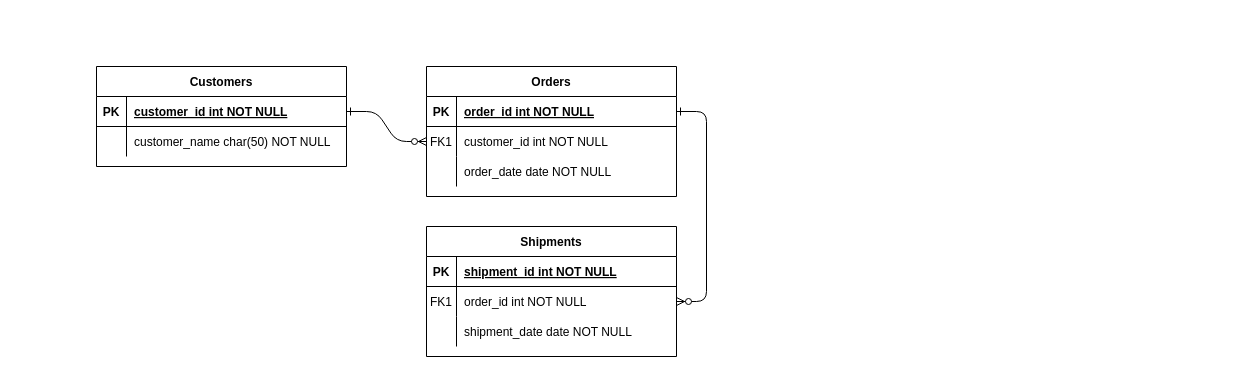
Above: Diagrama sin título.drawio in Eduardo-ship-rig/HOLA-_MUNDO (draw.io), before the change. Source tidied: cells renumbered, new cells numbered last; positions are measured from the earlier drawing's top-left corner, leaving out a move shared by most shapes. Both pictures are drawn from the tidied source at 100%, with x=0, y=0 at pixel (96, 66).
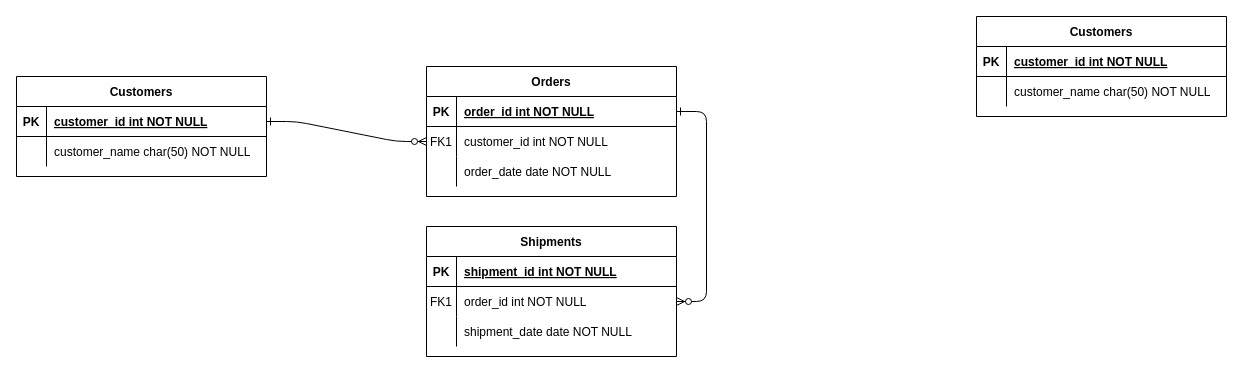
Above is the later version.

What changed in the source:
```diff
@@
     <mxCell id="24" value="Customers" style="shape=table;startSize=30;childLayout=tableLayout;rowLines=0;fontStyle=1;align=center;" parent="1" vertex="1">
-      <mxGeometry width="250" height="100" as="geometry" />
+      <mxGeometry x="-80" y="10" width="250" height="100" as="geometry" />
     </mxCell>
@@
+    <mxCell id="31" value="Customers" style="shape=table;startSize=30;childLayout=tableLayout;rowLines=0;fontStyle=1;align=center;" parent="1" vertex="1">
+      <mxGeometry x="880" y="-50" width="250" height="100" as="geometry" />
+    </mxCell>
+    <mxCell id="32" style="shape=partialRectangle;fillColor=none;top=0;left=0;right=0;bottom=1;" parent="31" vertex="1">
+      <mxGeometry y="30" width="250" height="30" as="geometry" />
+    </mxCell>
+    <mxCell id="33" value="PK" style="shape=partialRectangle;overflow=hidden;fillColor=none;top=0;left=0;bottom=0;right=0;fontStyle=1;" parent="32" vertex="1">
+      <mxGeometry width="30" height="30" as="geometry" />
+    </mxCell>
+    <mxCell id="34" value="customer_id int NOT NULL " style="shape=partialRectangle;overflow=hidden;fillColor=none;top=0;left=0;bottom=0;right=0;align=left;spacingLeft=6;fontStyle=5;" parent="32" vertex="1">
+      <mxGeometry x="30" width="220" height="30" as="geometry" />
+    </mxCell>
+    <mxCell id="35" style="shape=partialRectangle;fillColor=none;top=0;left=0;right=0;bottom=0;" parent="31" vertex="1">
+      <mxGeometry y="60" width="250" height="30" as="geometry" />
+    </mxCell>
+    <mxCell id="36" style="shape=partialRectangle;overflow=hidden;fillColor=none;top=0;left=0;bottom=0;right=0;" parent="35" vertex="1">
+      <mxGeometry width="30" height="30" as="geometry" />
+    </mxCell>
+    <mxCell id="37" value="customer_name char(50) NOT NULL" style="shape=partialRectangle;overflow=hidden;fillColor=none;top=0;left=0;bottom=0;right=0;align=left;spacingLeft=6;" parent="35" vertex="1">
+      <mxGeometry x="30" width="220" height="30" as="geometry" />
+    </mxCell>
```
